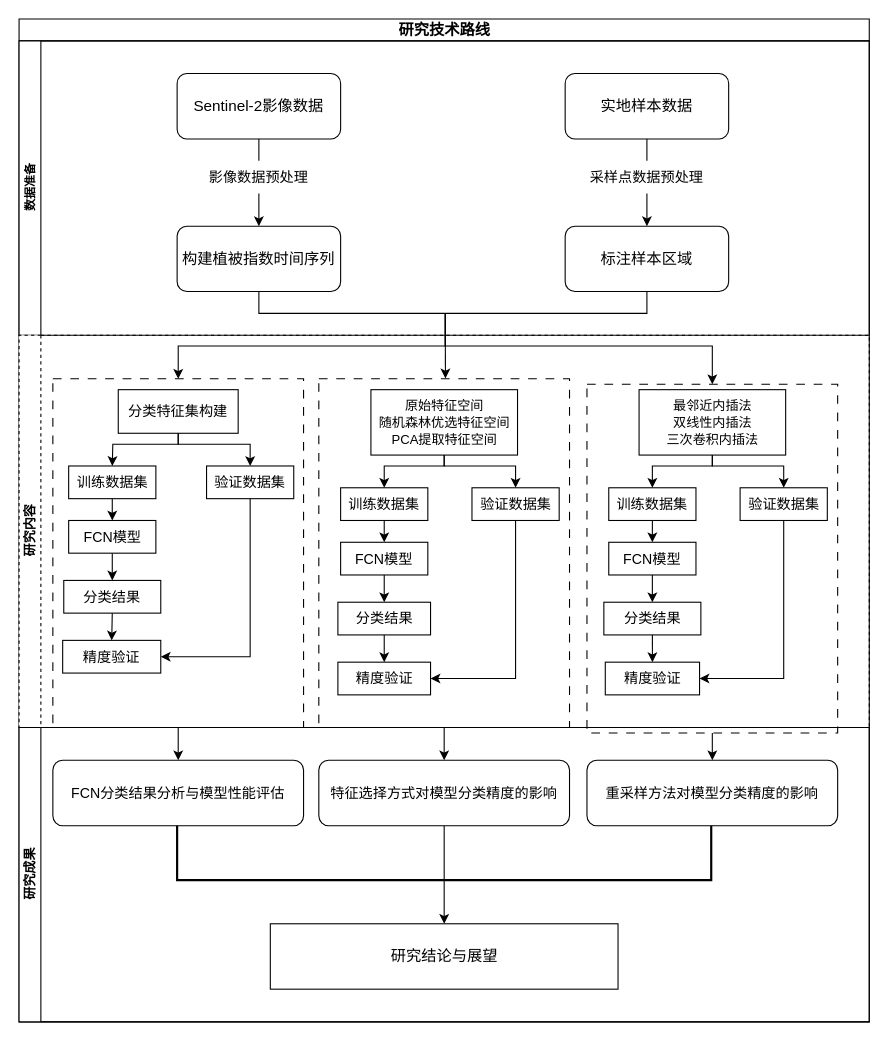
Before: 思维导图.drawio in lesmorts/Notes, a draw.io diagram. Source tidied: cells renumbered, new cells numbered last; positions are measured from the earlier drawing's top-left corner, leaving out a move shared by most shapes. Both pictures are drawn from the tidied source at 109%, with x=0, y=0 at pixel (19, 19).
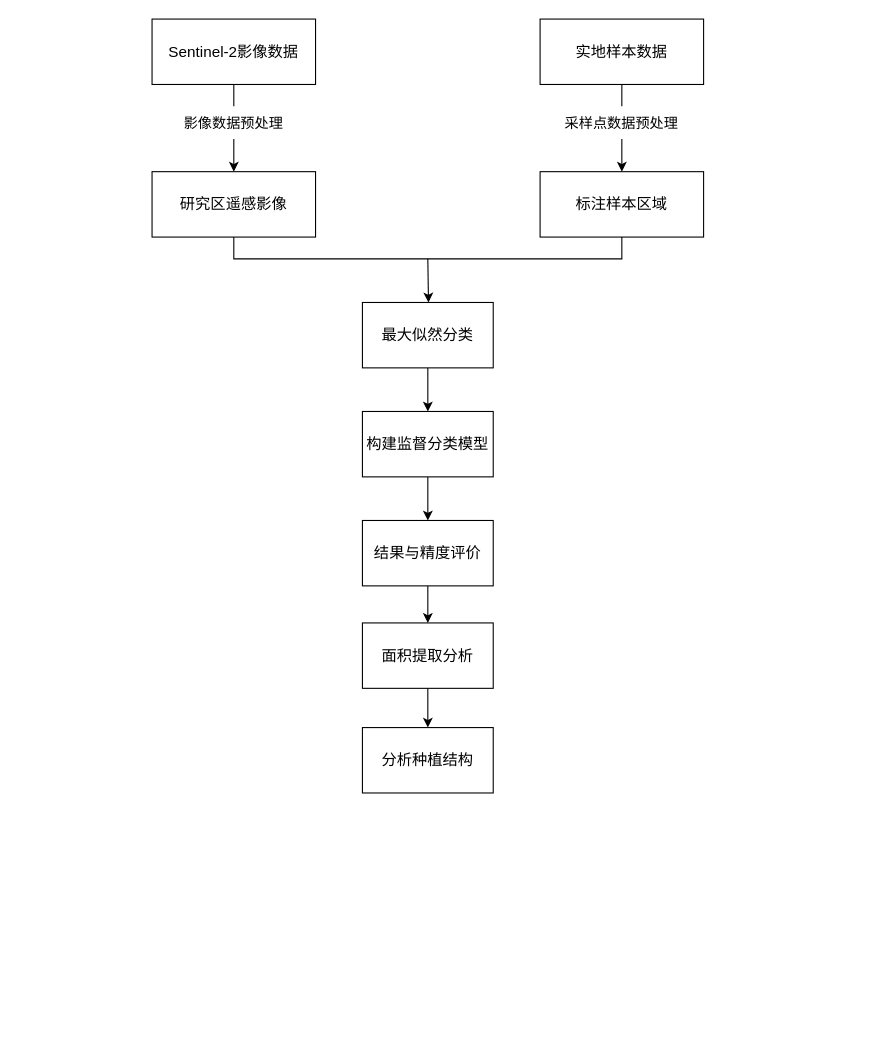
The same diagram, later.

Commit message:
更新思维导图.drawio

Diff of the diagram source:
```diff
@@
-    <mxCell id="2" value="&lt;font style=&quot;font-size: 14px;&quot;&gt;研究技术路线&lt;/font&gt;" style="swimlane;horizontal=1;startSize=20;html=1;" parent="1" vertex="1">
-      <mxGeometry width="780" height="920" as="geometry" />
-    </mxCell>
-    <mxCell id="3" value="&lt;font style=&quot;font-size: 11px;&quot;&gt;数据准备&lt;/font&gt;" style="swimlane;startSize=20;horizontal=0;html=1;verticalAlign=middle;" parent="2" vertex="1">
-      <mxGeometry y="20" width="780" height="270" as="geometry" />
-    </mxCell>
+    <mxCell id="65" style="endArrow=classic;html=1;rounded=0;entryX=0.505;entryY=-0.001;entryDx=0;entryDy=0;entryPerimeter=0;" parent="1" edge="1" source="70">
+      <mxGeometry relative="1" as="geometry">
+        <mxPoint x="375.2" y="279.7" as="targetPoint" />
+      </mxGeometry>
+    </mxCell>
-    <mxCell id="4" value="Sentinel-2影像数据" style="rounded=1;whiteSpace=wrap;html=1;fontSize=14;" parent="3" vertex="1">
-      <mxGeometry x="145" y="30" width="150" height="60" as="geometry" />
+    <mxCell id="4" value="Sentinel-2影像数据" style="rounded=0;whiteSpace=wrap;html=1;fontSize=14;" parent="1" vertex="1">
+      <mxGeometry x="122" width="150" height="60" as="geometry" />
     </mxCell>
-    <mxCell id="5" value="构建植被指数时间序列" style="rounded=1;whiteSpace=wrap;html=1;fontSize=14;" parent="3" vertex="1">
-      <mxGeometry x="145" y="170" width="150" height="60" as="geometry" />
+    <mxCell id="5" value="研究区遥感影像" style="rounded=0;whiteSpace=wrap;html=1;fontSize=14;" parent="1" vertex="1">
+      <mxGeometry x="122" y="140" width="150" height="60" as="geometry" />
     </mxCell>
-    <mxCell id="6" value="实地样本数据" style="rounded=1;whiteSpace=wrap;html=1;fontSize=14;" parent="3" vertex="1">
-      <mxGeometry x="501" y="30" width="150" height="60" as="geometry" />
+    <mxCell id="6" value="实地样本数据" style="rounded=0;whiteSpace=wrap;html=1;fontSize=14;" parent="1" vertex="1">
+      <mxGeometry x="478" width="150" height="60" as="geometry" />
     </mxCell>
-    <mxCell id="7" value="标注样本区域" style="rounded=1;whiteSpace=wrap;html=1;fontSize=14;" parent="3" vertex="1">
-      <mxGeometry x="501" y="170" width="150" height="60" as="geometry" />
+    <mxCell id="7" value="标注样本区域" style="rounded=0;whiteSpace=wrap;html=1;fontSize=14;" parent="1" vertex="1">
+      <mxGeometry x="478" y="140" width="150" height="60" as="geometry" />
     </mxCell>
-    <mxCell id="8" style="edgeStyle=orthogonalEdgeStyle;rounded=0;jettySize=auto;html=1;exitX=0.5;exitY=1;exitDx=0;exitDy=0;entryX=0.5;entryY=0;entryDx=0;entryDy=0;" parent="3" edge="1" source="9" target="5">
+    <mxCell id="8" style="edgeStyle=orthogonalEdgeStyle;rounded=0;jettySize=auto;html=1;exitX=0.5;exitY=1;exitDx=0;exitDy=0;entryX=0.5;entryY=0;entryDx=0;entryDy=0;" parent="1" edge="1" source="9" target="5">
       <mxGeometry relative="1" as="geometry" />
     </mxCell>
-    <mxCell id="9" value="影像数据预处理" style="text;html=1;align=center;verticalAlign=middle;whiteSpace=wrap;rounded=0;fontSize=13;" parent="3" vertex="1">
-      <mxGeometry x="170" y="110" width="100" height="30" as="geometry" />
+    <mxCell id="9" value="影像数据预处理" style="text;html=1;align=center;verticalAlign=middle;whiteSpace=wrap;rounded=0;fontSize=13;" parent="1" vertex="1">
+      <mxGeometry x="147" y="80" width="100" height="30" as="geometry" />
     </mxCell>
-    <mxCell id="10" style="endArrow=none;html=1;rounded=0;entryX=0.5;entryY=1;entryDx=0;entryDy=0;exitX=0.5;exitY=0;exitDx=0;exitDy=0;" parent="3" edge="1" source="9" target="4">
+    <mxCell id="10" style="endArrow=none;html=1;rounded=0;entryX=0.5;entryY=1;entryDx=0;entryDy=0;exitX=0.5;exitY=0;exitDx=0;exitDy=0;" parent="1" edge="1" source="9" target="4">
       <mxGeometry relative="1" as="geometry" />
     </mxCell>
-    <mxCell id="11" style="edgeStyle=orthogonalEdgeStyle;rounded=0;jettySize=auto;html=1;exitX=0.5;exitY=1;exitDx=0;exitDy=0;entryX=0.5;entryY=0;entryDx=0;entryDy=0;" parent="3" edge="1" source="12" target="7">
+    <mxCell id="11" style="edgeStyle=orthogonalEdgeStyle;rounded=0;jettySize=auto;html=1;exitX=0.5;exitY=1;exitDx=0;exitDy=0;entryX=0.5;entryY=0;entryDx=0;entryDy=0;" parent="1" edge="1" source="12" target="7">
       <mxGeometry relative="1" as="geometry" />
     </mxCell>
-    <mxCell id="12" value="采样点数据预处理" style="text;html=1;align=center;verticalAlign=middle;whiteSpace=wrap;rounded=0;fontSize=13;" parent="3" vertex="1">
-      <mxGeometry x="521" y="110" width="110" height="30" as="geometry" />
+    <mxCell id="12" value="采样点数据预处理" style="text;html=1;align=center;verticalAlign=middle;whiteSpace=wrap;rounded=0;fontSize=13;" parent="1" vertex="1">
+      <mxGeometry x="498" y="80" width="110" height="30" as="geometry" />
     </mxCell>
-    <mxCell id="13" style="endArrow=none;html=1;rounded=0;entryX=0.5;entryY=1;entryDx=0;entryDy=0;exitX=0.5;exitY=0;exitDx=0;exitDy=0;" parent="3" edge="1" source="12" target="6">
+    <mxCell id="13" style="endArrow=none;html=1;rounded=0;entryX=0.5;entryY=1;entryDx=0;entryDy=0;exitX=0.5;exitY=0;exitDx=0;exitDy=0;" parent="1" edge="1" source="12" target="6">
       <mxGeometry relative="1" as="geometry" />
     </mxCell>
-    <mxCell id="14" style="endArrow=none;html=1;rounded=0;entryX=0.5;entryY=1;entryDx=0;entryDy=0;exitX=0.5;exitY=1;exitDx=0;exitDy=0;" parent="3" edge="1" source="7" target="5">
+    <mxCell id="14" style="endArrow=none;html=1;rounded=0;entryX=0.5;entryY=1;entryDx=0;entryDy=0;exitX=0.5;exitY=1;exitDx=0;exitDy=0;" parent="1" edge="1" source="7" target="5">
       <mxGeometry relative="1" as="geometry">
         <Array as="points">
-          <mxPoint x="576" y="250" />
-          <mxPoint x="220" y="250" />
+          <mxPoint x="553" y="220" />
+          <mxPoint x="197" y="220" />
         </Array>
       </mxGeometry>
     </mxCell>
-    <mxCell id="15" value="研究内容" style="swimlane;startSize=20;horizontal=0;html=1;dashed=1;" parent="2" vertex="1">
-      <mxGeometry y="290" width="780" height="360" as="geometry" />
-    </mxCell>
-    <mxCell id="16" style="rounded=0;whiteSpace=wrap;html=1;dashed=1;dashPattern=8 8;" parent="15" vertex="1">
-      <mxGeometry x="521" y="45" width="230" height="320" as="geometry" />
-    </mxCell>
-    <mxCell id="17" style="rounded=0;whiteSpace=wrap;html=1;dashed=1;dashPattern=8 8;" parent="15" vertex="1">
-      <mxGeometry x="31" y="40" width="230" height="320" as="geometry" />
-    </mxCell>
-    <mxCell id="18" style="edgeStyle=orthogonalEdgeStyle;rounded=0;jettySize=auto;html=1;exitX=0.5;exitY=1;exitDx=0;exitDy=0;entryX=0.5;entryY=0;entryDx=0;entryDy=0;" parent="15" edge="1" source="19" target="23">
-      <mxGeometry relative="1" as="geometry">
-        <Array as="points">
-          <mxPoint x="146" y="100" />
-          <mxPoint x="212" y="100" />
-        </Array>
-      </mxGeometry>
-    </mxCell>
-    <mxCell id="19" value="分类特征集构建" style="rounded=0;whiteSpace=wrap;html=1;fontSize=13;" parent="15" vertex="1">
-      <mxGeometry x="91" y="50" width="110" height="40" as="geometry" />
-    </mxCell>
-    <mxCell id="20" style="edgeStyle=orthogonalEdgeStyle;rounded=0;jettySize=auto;html=1;exitX=0.5;exitY=1;exitDx=0;exitDy=0;entryX=0.5;entryY=0;entryDx=0;entryDy=0;" parent="15" edge="1" source="21" target="25">
-      <mxGeometry relative="1" as="geometry" />
-    </mxCell>
-    <mxCell id="21" value="训练数据集" style="rounded=0;whiteSpace=wrap;html=1;fontSize=13;" parent="15" vertex="1">
-      <mxGeometry x="45.5" y="120" width="80" height="30" as="geometry" />
-    </mxCell>
-    <mxCell id="22" style="edgeStyle=orthogonalEdgeStyle;rounded=0;jettySize=auto;html=1;exitX=0.5;exitY=1;exitDx=0;exitDy=0;entryX=1;entryY=0.5;entryDx=0;entryDy=0;" parent="15" edge="1" source="23" target="28">
-      <mxGeometry relative="1" as="geometry" />
-    </mxCell>
-    <mxCell id="23" value="验证数据集" style="rounded=0;whiteSpace=wrap;html=1;fontSize=13;" parent="15" vertex="1">
-      <mxGeometry x="172" y="120" width="80" height="30" as="geometry" />
-    </mxCell>
-    <mxCell id="24" style="edgeStyle=orthogonalEdgeStyle;rounded=0;jettySize=auto;html=1;exitX=0.5;exitY=1;exitDx=0;exitDy=0;entryX=0.5;entryY=0;entryDx=0;entryDy=0;" parent="15" edge="1" source="25" target="27">
-      <mxGeometry relative="1" as="geometry" />
-    </mxCell>
-    <mxCell id="25" value="FCN模型" style="rounded=0;whiteSpace=wrap;html=1;fontSize=13;" parent="15" vertex="1">
-      <mxGeometry x="45.5" y="170" width="80" height="30" as="geometry" />
-    </mxCell>
-    <mxCell id="26" style="edgeStyle=orthogonalEdgeStyle;rounded=0;jettySize=auto;html=1;exitX=0.5;exitY=1;exitDx=0;exitDy=0;entryX=0.5;entryY=0;entryDx=0;entryDy=0;" parent="15" edge="1" source="27" target="28">
-      <mxGeometry relative="1" as="geometry" />
-    </mxCell>
-    <mxCell id="27" value="分类结果" style="rounded=0;whiteSpace=wrap;html=1;fontSize=13;" parent="15" vertex="1">
-      <mxGeometry x="41" y="225" width="89" height="30" as="geometry" />
-    </mxCell>
-    <mxCell id="28" value="精度验证" style="rounded=0;whiteSpace=wrap;html=1;fontSize=13;" parent="15" vertex="1">
-      <mxGeometry x="40" y="280" width="90" height="30" as="geometry" />
-    </mxCell>
-    <mxCell id="29" style="rounded=0;whiteSpace=wrap;html=1;dashed=1;dashPattern=8 8;" parent="15" vertex="1">
-      <mxGeometry x="275" y="40" width="230" height="320" as="geometry" />
-    </mxCell>
-    <mxCell id="30" style="edgeStyle=orthogonalEdgeStyle;rounded=0;jettySize=auto;html=1;exitX=0.5;exitY=1;exitDx=0;exitDy=0;entryX=0.5;entryY=0;entryDx=0;entryDy=0;" parent="15" edge="1" target="35">
-      <mxGeometry relative="1" as="geometry">
-        <mxPoint x="390" y="100" as="sourcePoint" />
-        <Array as="points">
-          <mxPoint x="390" y="120" />
-          <mxPoint x="456" y="120" />
-        </Array>
-      </mxGeometry>
-    </mxCell>
-    <mxCell id="31" value="&lt;font style=&quot;font-size: 12px;&quot;&gt;原始特征空间&lt;/font&gt;&lt;div&gt;&lt;font style=&quot;font-size: 12px;&quot;&gt;随机森林优选特征空间&lt;/font&gt;&lt;/div&gt;&lt;div&gt;&lt;font style=&quot;font-size: 12px;&quot;&gt;PCA提取特征空间&lt;/font&gt;&lt;/div&gt;" style="rounded=0;whiteSpace=wrap;html=1;fontSize=13;" parent="15" vertex="1">
-      <mxGeometry x="322.8" y="50" width="134.5" height="60" as="geometry" />
-    </mxCell>
-    <mxCell id="32" style="edgeStyle=orthogonalEdgeStyle;rounded=0;jettySize=auto;html=1;exitX=0.5;exitY=1;exitDx=0;exitDy=0;entryX=0.5;entryY=0;entryDx=0;entryDy=0;" parent="15" edge="1" source="33" target="37">
-      <mxGeometry relative="1" as="geometry" />
-    </mxCell>
-    <mxCell id="33" value="训练数据集" style="rounded=0;whiteSpace=wrap;html=1;fontSize=13;" parent="15" vertex="1">
-      <mxGeometry x="295" y="140" width="80" height="30" as="geometry" />
-    </mxCell>
-    <mxCell id="34" style="edgeStyle=orthogonalEdgeStyle;rounded=0;jettySize=auto;html=1;exitX=0.5;exitY=1;exitDx=0;exitDy=0;entryX=1;entryY=0.5;entryDx=0;entryDy=0;" parent="15" edge="1" source="35" target="40">
-      <mxGeometry relative="1" as="geometry" />
-    </mxCell>
-    <mxCell id="35" value="验证数据集" style="rounded=0;whiteSpace=wrap;html=1;fontSize=13;" parent="15" vertex="1">
-      <mxGeometry x="415.5" y="140" width="80" height="30" as="geometry" />
-    </mxCell>
-    <mxCell id="36" style="edgeStyle=orthogonalEdgeStyle;rounded=0;jettySize=auto;html=1;exitX=0.5;exitY=1;exitDx=0;exitDy=0;entryX=0.5;entryY=0;entryDx=0;entryDy=0;" parent="15" edge="1" source="37" target="39">
-      <mxGeometry relative="1" as="geometry" />
-    </mxCell>
-    <mxCell id="37" value="FCN模型" style="rounded=0;whiteSpace=wrap;html=1;fontSize=13;" parent="15" vertex="1">
-      <mxGeometry x="295" y="190" width="80" height="30" as="geometry" />
-    </mxCell>
-    <mxCell id="38" style="edgeStyle=orthogonalEdgeStyle;rounded=0;jettySize=auto;html=1;exitX=0.5;exitY=1;exitDx=0;exitDy=0;entryX=0.5;entryY=0;entryDx=0;entryDy=0;" parent="15" edge="1" source="39" target="40">
-      <mxGeometry relative="1" as="geometry" />
-    </mxCell>
-    <mxCell id="39" value="分类结果" style="rounded=0;whiteSpace=wrap;html=1;fontSize=13;" parent="15" vertex="1">
-      <mxGeometry x="292.5" y="245" width="85" height="30" as="geometry" />
-    </mxCell>
-    <mxCell id="40" value="精度验证" style="rounded=0;whiteSpace=wrap;html=1;fontSize=13;" parent="15" vertex="1">
-      <mxGeometry x="292.5" y="300" width="85" height="30" as="geometry" />
-    </mxCell>
-    <mxCell id="41" style="edgeStyle=orthogonalEdgeStyle;rounded=0;jettySize=auto;html=1;exitX=0.5;exitY=1;exitDx=0;exitDy=0;entryX=0.5;entryY=0;entryDx=0;entryDy=0;" parent="15" edge="1" target="46">
-      <mxGeometry relative="1" as="geometry">
-        <mxPoint x="636" y="100" as="sourcePoint" />
-        <Array as="points">
-          <mxPoint x="636" y="120" />
-          <mxPoint x="702" y="120" />
-        </Array>
-      </mxGeometry>
-    </mxCell>
-    <mxCell id="42" value="&lt;font style=&quot;font-size: 12px;&quot;&gt;最邻近内插法&lt;/font&gt;&lt;div&gt;&lt;font style=&quot;font-size: 12px;&quot;&gt;双线性内插法&lt;/font&gt;&lt;/div&gt;&lt;div&gt;&lt;font style=&quot;font-size: 12px;&quot;&gt;三次卷积内插法&lt;/font&gt;&lt;/div&gt;" style="rounded=0;whiteSpace=wrap;html=1;fontSize=13;" parent="15" vertex="1">
-      <mxGeometry x="568.8" y="50" width="134.5" height="60" as="geometry" />
-    </mxCell>
-    <mxCell id="43" style="edgeStyle=orthogonalEdgeStyle;rounded=0;jettySize=auto;html=1;exitX=0.5;exitY=1;exitDx=0;exitDy=0;entryX=0.5;entryY=0;entryDx=0;entryDy=0;" parent="15" edge="1" source="44" target="48">
-      <mxGeometry relative="1" as="geometry" />
-    </mxCell>
-    <mxCell id="44" value="训练数据集" style="rounded=0;whiteSpace=wrap;html=1;fontSize=13;" parent="15" vertex="1">
-      <mxGeometry x="541" y="140" width="80" height="30" as="geometry" />
-    </mxCell>
-    <mxCell id="45" style="edgeStyle=orthogonalEdgeStyle;rounded=0;jettySize=auto;html=1;exitX=0.5;exitY=1;exitDx=0;exitDy=0;entryX=1;entryY=0.5;entryDx=0;entryDy=0;" parent="15" edge="1" source="46" target="51">
-      <mxGeometry relative="1" as="geometry" />
-    </mxCell>
-    <mxCell id="46" value="验证数据集" style="rounded=0;whiteSpace=wrap;html=1;fontSize=13;" parent="15" vertex="1">
-      <mxGeometry x="661.5" y="140" width="80" height="30" as="geometry" />
-    </mxCell>
-    <mxCell id="47" style="edgeStyle=orthogonalEdgeStyle;rounded=0;jettySize=auto;html=1;exitX=0.5;exitY=1;exitDx=0;exitDy=0;entryX=0.5;entryY=0;entryDx=0;entryDy=0;" parent="15" edge="1" source="48" target="50">
-      <mxGeometry relative="1" as="geometry" />
-    </mxCell>
-    <mxCell id="48" value="FCN模型" style="rounded=0;whiteSpace=wrap;html=1;fontSize=13;" parent="15" vertex="1">
-      <mxGeometry x="541" y="190" width="80" height="30" as="geometry" />
-    </mxCell>
-    <mxCell id="49" style="edgeStyle=orthogonalEdgeStyle;rounded=0;jettySize=auto;html=1;exitX=0.5;exitY=1;exitDx=0;exitDy=0;entryX=0.5;entryY=0;entryDx=0;entryDy=0;" parent="15" edge="1" source="50" target="51">
-      <mxGeometry relative="1" as="geometry" />
-    </mxCell>
-    <mxCell id="50" value="分类结果" style="rounded=0;whiteSpace=wrap;html=1;fontSize=13;" parent="15" vertex="1">
-      <mxGeometry x="536.5" y="245" width="89" height="30" as="geometry" />
-    </mxCell>
-    <mxCell id="51" value="精度验证" style="rounded=0;whiteSpace=wrap;html=1;fontSize=13;" parent="15" vertex="1">
-      <mxGeometry x="537.8" y="300" width="86.5" height="30" as="geometry" />
-    </mxCell>
-    <mxCell id="52" style="endArrow=classic;html=1;rounded=0;exitX=0.5;exitY=1;exitDx=0;exitDy=0;entryX=0.5;entryY=0;entryDx=0;entryDy=0;" parent="15" edge="1" source="42" target="44">
-      <mxGeometry relative="1" as="geometry">
-        <Array as="points">
-          <mxPoint x="636" y="120" />
-          <mxPoint x="581" y="120" />
-        </Array>
-      </mxGeometry>
-    </mxCell>
-    <mxCell id="53" style="endArrow=classic;html=1;rounded=0;exitX=0.5;exitY=1;exitDx=0;exitDy=0;entryX=0.5;entryY=0;entryDx=0;entryDy=0;" parent="15" edge="1" source="31" target="33">
-      <mxGeometry relative="1" as="geometry">
-        <Array as="points">
-          <mxPoint x="390" y="120" />
-          <mxPoint x="335" y="120" />
-        </Array>
-      </mxGeometry>
-    </mxCell>
-    <mxCell id="54" style="endArrow=classic;html=1;rounded=0;exitX=0.5;exitY=1;exitDx=0;exitDy=0;entryX=0.5;entryY=0;entryDx=0;entryDy=0;" parent="15" edge="1" source="19" target="21">
-      <mxGeometry relative="1" as="geometry">
-        <Array as="points">
-          <mxPoint x="146" y="100" />
-          <mxPoint x="86" y="100" />
-        </Array>
-      </mxGeometry>
-    </mxCell>
-    <mxCell id="55" value="研究成果" style="swimlane;startSize=20;horizontal=0;html=1;" parent="2" vertex="1">
-      <mxGeometry y="650" width="780" height="270" as="geometry" />
-    </mxCell>
-    <mxCell id="56" value="FCN分类结果分析与模型性能评估" style="rounded=1;whiteSpace=wrap;html=1;fontSize=13;" parent="55" vertex="1">
-      <mxGeometry x="31" y="30" width="230" height="60" as="geometry" />
-    </mxCell>
-    <mxCell id="57" value="特征选择方式对模型分类精度的影响" style="rounded=1;whiteSpace=wrap;html=1;fontSize=13;" parent="55" vertex="1">
-      <mxGeometry x="275" y="30" width="230" height="60" as="geometry" />
-    </mxCell>
-    <mxCell id="58" value="重采样方法对模型分类精度的影响" style="rounded=1;whiteSpace=wrap;html=1;fontSize=13;" parent="55" vertex="1">
-      <mxGeometry x="521" y="30" width="230" height="60" as="geometry" />
-    </mxCell>
-    <mxCell id="59" style="strokeWidth=2;html=1;shape=mxgraph.flowchart.annotation_1;align=left;rotation=-90;" parent="55" vertex="1">
-      <mxGeometry x="365" y="-130" width="50" height="490" as="geometry" />
-    </mxCell>
-    <mxCell id="60" value="研究结论与展望" style="rounded=0;whiteSpace=wrap;html=1;fontSize=14;" parent="55" vertex="1">
-      <mxGeometry x="230.5" y="180" width="319" height="60" as="geometry" />
-    </mxCell>
-    <mxCell id="61" style="endArrow=classic;html=1;rounded=0;exitX=1;exitY=0.5;exitDx=0;exitDy=0;exitPerimeter=0;entryX=0.5;entryY=0;entryDx=0;entryDy=0;" parent="55" edge="1" source="59" target="60">
-      <mxGeometry relative="1" as="geometry" />
-    </mxCell>
-    <mxCell id="62" style="edgeStyle=orthogonalEdgeStyle;rounded=0;jettySize=auto;html=1;exitX=0.5;exitY=1;exitDx=0;exitDy=0;entryX=0.5;entryY=0;entryDx=0;entryDy=0;" parent="2" edge="1" source="17" target="56">
-      <mxGeometry relative="1" as="geometry" />
-    </mxCell>
-    <mxCell id="63" style="edgeStyle=orthogonalEdgeStyle;rounded=0;jettySize=auto;html=1;exitX=0.5;exitY=1;exitDx=0;exitDy=0;entryX=0.5;entryY=0;entryDx=0;entryDy=0;" parent="2" edge="1" source="29" target="57">
-      <mxGeometry relative="1" as="geometry" />
-    </mxCell>
-    <mxCell id="64" style="edgeStyle=orthogonalEdgeStyle;rounded=0;jettySize=auto;html=1;exitX=0.5;exitY=1;exitDx=0;exitDy=0;entryX=0.5;entryY=0;entryDx=0;entryDy=0;" parent="2" edge="1" source="16" target="58">
-      <mxGeometry relative="1" as="geometry" />
-    </mxCell>
-    <mxCell id="65" style="endArrow=classic;html=1;rounded=0;entryX=0.505;entryY=-0.001;entryDx=0;entryDy=0;entryPerimeter=0;" parent="1" edge="1" target="29">
-      <mxGeometry relative="1" as="geometry">
-        <mxPoint x="391" y="270" as="sourcePoint" />
-      </mxGeometry>
-    </mxCell>
-    <mxCell id="66" style="endArrow=classic;html=1;rounded=0;entryX=0.5;entryY=0;entryDx=0;entryDy=0;" parent="1" edge="1" target="17">
-      <mxGeometry relative="1" as="geometry">
-        <mxPoint x="391" y="270" as="sourcePoint" />
-        <Array as="points">
-          <mxPoint x="391" y="300" />
-          <mxPoint x="146" y="300" />
-        </Array>
-      </mxGeometry>
-    </mxCell>
-    <mxCell id="67" style="endArrow=classic;html=1;rounded=0;entryX=0.5;entryY=0;entryDx=0;entryDy=0;" parent="1" edge="1" target="16">
-      <mxGeometry relative="1" as="geometry">
-        <mxPoint x="391" y="270" as="sourcePoint" />
-        <Array as="points">
-          <mxPoint x="391" y="300" />
-          <mxPoint x="636" y="300" />
-        </Array>
-      </mxGeometry>
-    </mxCell>
+    <mxCell id="68" style="endArrow=classic;html=1;rounded=0;entryX=0.505;entryY=-0.001;entryDx=0;entryDy=0;entryPerimeter=0;" parent="1" edge="1" target="70">
+      <mxGeometry relative="1" as="geometry">
+        <mxPoint x="375" y="220" as="sourcePoint" />
+      </mxGeometry>
+    </mxCell>
+    <mxCell id="69" style="edgeStyle=orthogonalEdgeStyle;rounded=0;jettySize=auto;html=1;exitX=0.5;exitY=1;exitDx=0;exitDy=0;" parent="1" edge="1" source="70" target="72">
+      <mxGeometry relative="1" as="geometry" />
+    </mxCell>
+    <mxCell id="70" value="&lt;font style=&quot;font-size: 14px;&quot;&gt;最大似然分类&lt;/font&gt;" style="rounded=0;whiteSpace=wrap;html=1;" parent="1" vertex="1">
+      <mxGeometry x="315" y="260" width="120" height="60" as="geometry" />
+    </mxCell>
+    <mxCell id="71" style="edgeStyle=orthogonalEdgeStyle;rounded=0;jettySize=auto;html=1;exitX=0.5;exitY=1;exitDx=0;exitDy=0;entryX=0.5;entryY=0;entryDx=0;entryDy=0;" parent="1" edge="1" source="72" target="74">
+      <mxGeometry relative="1" as="geometry" />
+    </mxCell>
+    <mxCell id="72" value="&lt;font style=&quot;font-size: 14px;&quot;&gt;构建监督分类模型&lt;/font&gt;" style="rounded=0;whiteSpace=wrap;html=1;" parent="1" vertex="1">
+      <mxGeometry x="315" y="360" width="120" height="60" as="geometry" />
+    </mxCell>
+    <mxCell id="73" style="edgeStyle=orthogonalEdgeStyle;rounded=0;jettySize=auto;html=1;exitX=0.5;exitY=1;exitDx=0;exitDy=0;entryX=0.5;entryY=0;entryDx=0;entryDy=0;" parent="1" edge="1" source="74" target="76">
+      <mxGeometry relative="1" as="geometry" />
+    </mxCell>
+    <mxCell id="74" value="&lt;font style=&quot;font-size: 14px;&quot;&gt;结果与精度评价&lt;/font&gt;" style="rounded=0;whiteSpace=wrap;html=1;" parent="1" vertex="1">
+      <mxGeometry x="315" y="460" width="120" height="60" as="geometry" />
+    </mxCell>
+    <mxCell id="75" style="edgeStyle=orthogonalEdgeStyle;rounded=0;jettySize=auto;html=1;exitX=0.5;exitY=1;exitDx=0;exitDy=0;" parent="1" edge="1" source="76" target="77">
+      <mxGeometry relative="1" as="geometry" />
+    </mxCell>
+    <mxCell id="76" value="&lt;font style=&quot;font-size: 14px;&quot;&gt;面积提取分析&lt;/font&gt;" style="rounded=0;whiteSpace=wrap;html=1;" parent="1" vertex="1">
+      <mxGeometry x="315" y="554" width="120" height="60" as="geometry" />
+    </mxCell>
+    <mxCell id="77" value="&lt;span style=&quot;font-size: 14px;&quot;&gt;分析种植结构&lt;/span&gt;" style="rounded=0;whiteSpace=wrap;html=1;" parent="1" vertex="1">
+      <mxGeometry x="315" y="650" width="120" height="60" as="geometry" />
+    </mxCell>
```
